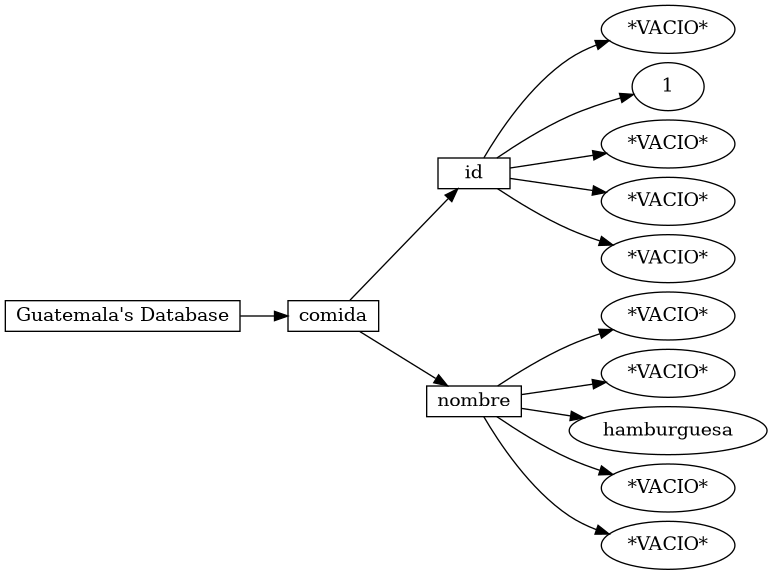
Fxhnd13/EstructuraDeDatos_Proyecto_2 keeps this Graphviz diagram as Docs/Grafico.png. Above is the earlier version. Its source is kept beside it as Docs/Grafico.dot.
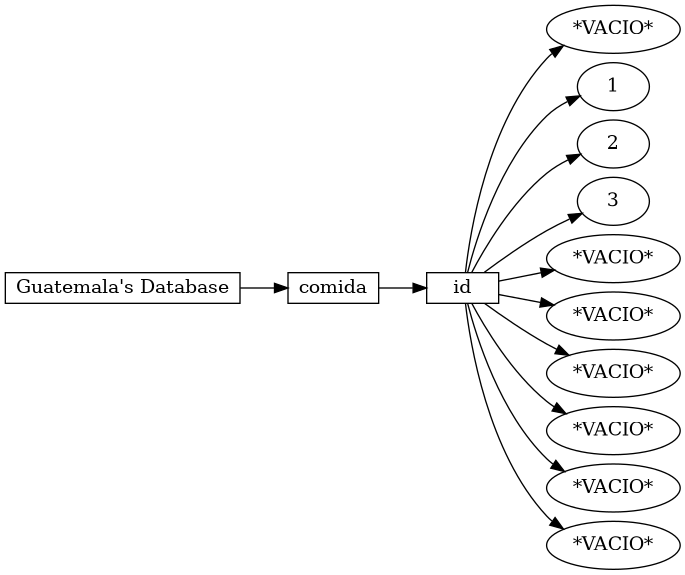
The same file after the commit.

What changed in the source:
```diff
@@ -11,21 +11,19 @@
      node2 -> node4;
      node4 [label="1"];
      node2 -> node5;
-     node5 [label="*VACIO*"];
+     node5 [label="2"];
      node2 -> node6;
-     node6 [label="*VACIO*"];
+     node6 [label="3"];
      node2 -> node7;
      node7 [label="*VACIO*"];
-     node1 -> node8;
-     node8 [label="nombre", shape=record, height=.1];
-     node8 -> node9;
+     node2 -> node8;
+     node8 [label="*VACIO*"];
+     node2 -> node9;
      node9 [label="*VACIO*"];
-     node8 -> node10;
+     node2 -> node10;
      node10 [label="*VACIO*"];
-     node8 -> node11;
-     node11 [label="hamburguesa"];
-     node8 -> node12;
+     node2 -> node11;
+     node11 [label="*VACIO*"];
+     node2 -> node12;
      node12 [label="*VACIO*"];
-     node8 -> node13;
-     node13 [label="*VACIO*"];
 }
```
